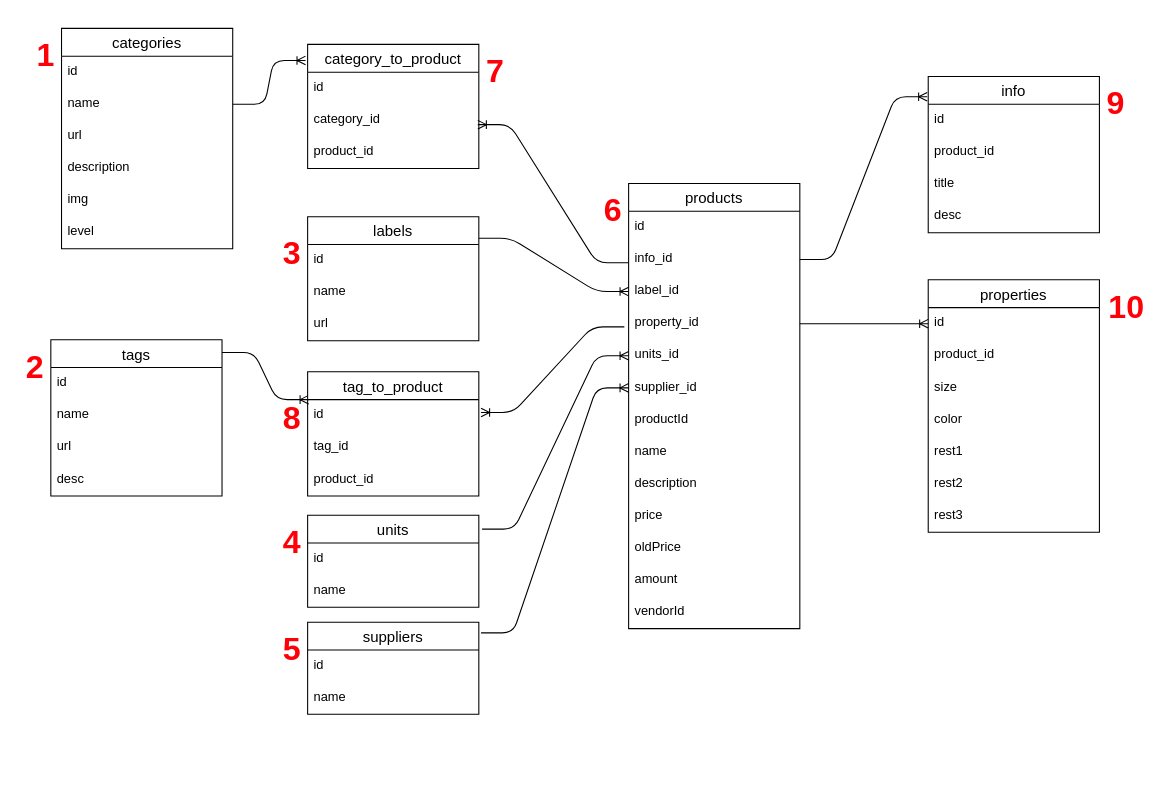
Earlier version of the draw.io diagram src/db/model/PERN-PostgresSQL-Sheme.drawio (AndrewDrewDev/PERN-Backend-eCommerce). Source tidied: cells renumbered, new cells numbered last; positions are measured from the earlier drawing's top-left corner, leaving out a move shared by most shapes. Both pictures are drawn from the tidied source at 107%, with x=0, y=0 at pixel (18, 28).
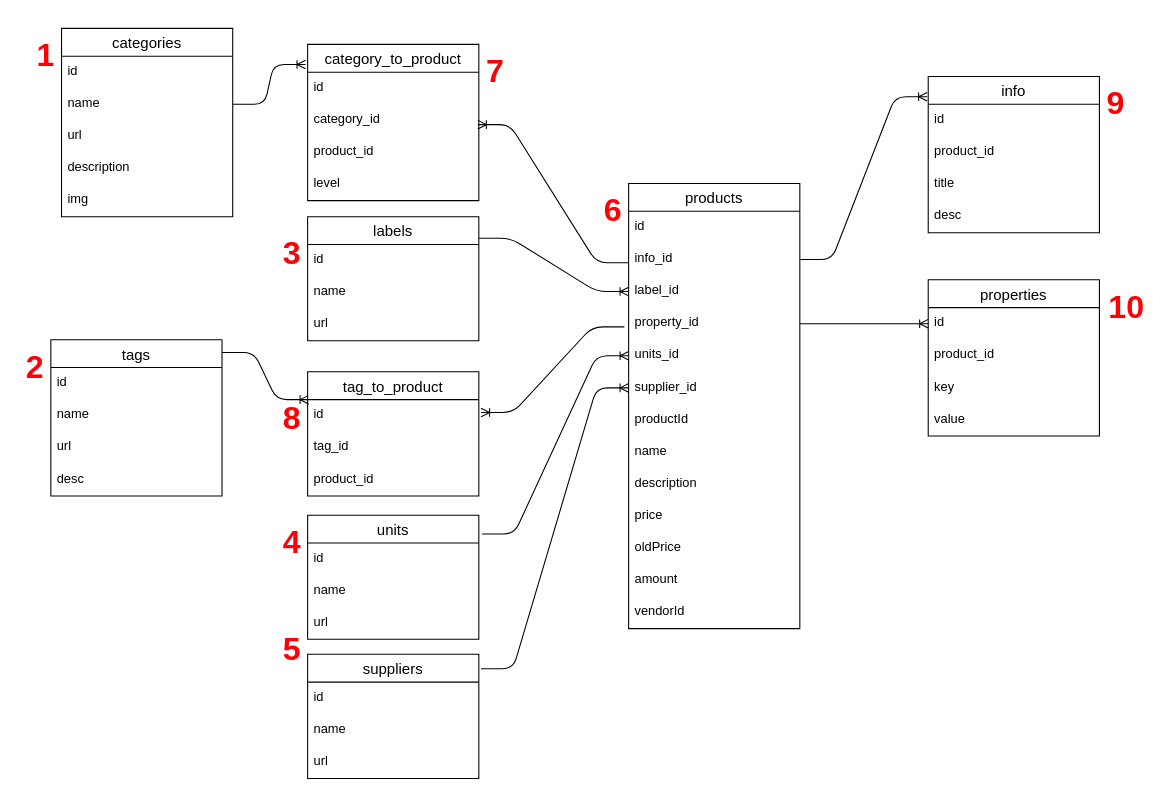
The same page after the edit.

The edit, as a diff of the source:
```diff
@@
     <mxCell id="22" value="categories" style="swimlane;fontStyle=0;horizontal=1;startSize=26;align=center;fontSize=14;flipH=1;" parent="1" vertex="1">
-      <mxGeometry x="40" width="160" height="206" as="geometry" />
+      <mxGeometry x="40" width="160" height="176" as="geometry" />
     </mxCell>
@@
-    <mxCell id="28" value="level" style="text;strokeColor=none;fillColor=none;spacingLeft=4;spacingRight=4;overflow=hidden;fontSize=12;" parent="22" vertex="1">
-      <mxGeometry y="176" width="160" height="30" as="geometry" />
-    </mxCell>
@@
     <mxCell id="40" value="properties" style="swimlane;fontStyle=0;horizontal=1;startSize=26;align=center;fontSize=14;" parent="1" vertex="1">
-      <mxGeometry x="850" y="235" width="160" height="236" as="geometry" />
+      <mxGeometry x="850" y="235" width="160" height="146" as="geometry" />
     </mxCell>
@@
-    <mxCell id="43" value="size" style="text;strokeColor=none;fillColor=none;spacingLeft=4;spacingRight=4;overflow=hidden;fontSize=12;" parent="40" vertex="1">
-      <mxGeometry y="86" width="160" height="30" as="geometry" />
-    </mxCell>
-    <mxCell id="44" value="color" style="text;strokeColor=none;fillColor=none;spacingLeft=4;spacingRight=4;overflow=hidden;fontSize=12;" parent="40" vertex="1">
-      <mxGeometry y="116" width="160" height="30" as="geometry" />
-    </mxCell>
-    <mxCell id="45" value="rest1" style="text;strokeColor=none;fillColor=none;spacingLeft=4;spacingRight=4;overflow=hidden;fontSize=12;" parent="40" vertex="1">
-      <mxGeometry y="146" width="160" height="30" as="geometry" />
-    </mxCell>
-    <mxCell id="46" value="rest2" style="text;strokeColor=none;fillColor=none;spacingLeft=4;spacingRight=4;overflow=hidden;fontSize=12;" parent="40" vertex="1">
-      <mxGeometry y="176" width="160" height="30" as="geometry" />
-    </mxCell>
-    <mxCell id="47" value="rest3" style="text;strokeColor=none;fillColor=none;spacingLeft=4;spacingRight=4;overflow=hidden;fontSize=12;" parent="40" vertex="1">
-      <mxGeometry y="206" width="160" height="30" as="geometry" />
-    </mxCell>
+    <mxCell id="78" value="key" style="text;strokeColor=none;fillColor=none;spacingLeft=4;spacingRight=4;overflow=hidden;fontSize=12;" parent="40" vertex="1">
+      <mxGeometry y="86" width="160" height="30" as="geometry" />
+    </mxCell>
+    <mxCell id="79" value="value" style="text;strokeColor=none;fillColor=none;spacingLeft=4;spacingRight=4;overflow=hidden;fontSize=12;" parent="40" vertex="1">
+      <mxGeometry y="116" width="160" height="30" as="geometry" />
+    </mxCell>
@@
     <mxCell id="49" value="category_to_product" style="swimlane;fontStyle=0;horizontal=1;startSize=26;align=center;fontSize=14;" parent="1" vertex="1">
-      <mxGeometry x="270" y="15" width="160" height="116" as="geometry" />
+      <mxGeometry x="270" y="15" width="160" height="146" as="geometry" />
     </mxCell>
@@
+    <mxCell id="28" value="level" style="text;strokeColor=none;fillColor=none;spacingLeft=4;spacingRight=4;overflow=hidden;fontSize=12;" parent="49" vertex="1">
+      <mxGeometry y="116" width="160" height="30" as="geometry" />
+    </mxCell>
@@
     <mxCell id="54" value="units" style="swimlane;fontStyle=0;horizontal=1;startSize=26;align=center;fontSize=14;" parent="1" vertex="1">
-      <mxGeometry x="270" y="455" width="160" height="86" as="geometry" />
+      <mxGeometry x="270" y="455" width="160" height="116" as="geometry" />
     </mxCell>
@@
+    <mxCell id="80" value="url" style="text;strokeColor=none;fillColor=none;spacingLeft=4;spacingRight=4;overflow=hidden;fontSize=12;" parent="54" vertex="1">
+      <mxGeometry y="86" width="160" height="30" as="geometry" />
+    </mxCell>
@@
     <mxCell id="58" value="suppliers" style="swimlane;fontStyle=0;horizontal=1;startSize=26;align=center;fontSize=14;" parent="1" vertex="1">
-      <mxGeometry x="270" y="555" width="160" height="86" as="geometry" />
+      <mxGeometry x="270" y="585" width="160" height="116" as="geometry" />
     </mxCell>
@@
+    <mxCell id="81" value="url" style="text;strokeColor=none;fillColor=none;spacingLeft=4;spacingRight=4;overflow=hidden;fontSize=12;" parent="58" vertex="1">
+      <mxGeometry y="86" width="160" height="30" as="geometry" />
+    </mxCell>
```
